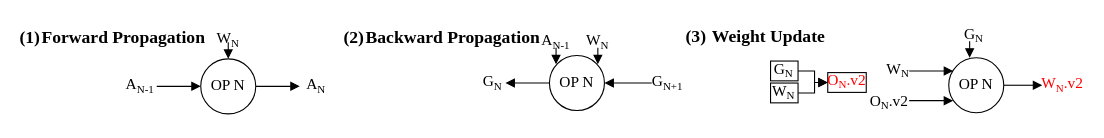
Above: fig/pipeline_new.drawio in icszhr/NCheck (draw.io), before the change. Source tidied: cells renumbered, new cells numbered last; positions are measured from the earlier drawing's top-left corner, leaving out a move shared by most shapes. Both pictures are drawn from the tidied source at 110%, with x=0, y=0 at pixel (19, 19).
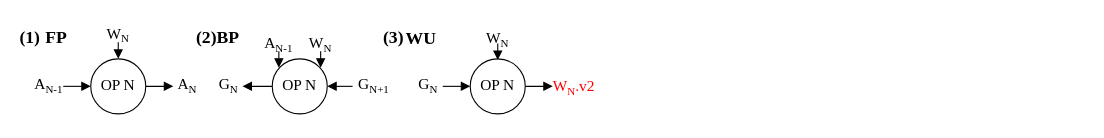
Above is the later version.

The edit, as a diff of the source:
```diff
@@
-    <mxCell id="3" style="edgeStyle=orthogonalEdgeStyle;rounded=0;jettySize=auto;html=1;endArrow=none;endFill=0;startArrow=block;startFill=1;fontFamily=Times New Roman;" parent="1" edge="1" source="6">
+    <mxCell id="3" style="rounded=0;jettySize=auto;html=1;endArrow=none;endFill=0;startArrow=block;startFill=1;fontFamily=Times New Roman;" parent="1" edge="1" source="6">
       <mxGeometry relative="1" as="geometry">
-        <mxPoint x="125" y="61" as="targetPoint" />
+        <mxPoint x="40" y="61" as="targetPoint" />
       </mxGeometry>
     </mxCell>
     <mxCell id="4" style="edgeStyle=orthogonalEdgeStyle;rounded=0;jettySize=auto;html=1;endArrow=block;endFill=1;fontFamily=Times New Roman;" parent="1" edge="1" source="6">
       <mxGeometry relative="1" as="geometry">
-        <mxPoint x="255" y="61" as="targetPoint" />
+        <mxPoint x="140" y="61" as="targetPoint" />
       </mxGeometry>
     </mxCell>
     <mxCell id="5" style="edgeStyle=orthogonalEdgeStyle;rounded=0;jettySize=auto;html=1;endArrow=none;endFill=0;startArrow=block;startFill=1;fontFamily=Times New Roman;" parent="1" edge="1" source="6">
       <mxGeometry relative="1" as="geometry">
-        <mxPoint x="190" y="21" as="targetPoint" />
+        <mxPoint x="90" y="21" as="targetPoint" />
         <Array as="points">
-          <mxPoint x="190" y="21" />
-          <mxPoint x="190" y="21" />
+          <mxPoint x="90" y="21" />
+          <mxPoint x="90" y="21" />
         </Array>
       </mxGeometry>
     </mxCell>
     <mxCell id="6" value="OP N" style="ellipse;whiteSpace=wrap;html=1;fontFamily=Times New Roman;fontSize=14;" parent="1" vertex="1">
-      <mxGeometry x="165" y="36" width="50" height="50" as="geometry" />
+      <mxGeometry x="65" y="36" width="50" height="50" as="geometry" />
     </mxCell>
     <mxCell id="7" value="&lt;font style=&quot;&quot;&gt;&lt;span style=&quot;font-size: 14px;&quot;&gt;W&lt;/span&gt;&lt;sub style=&quot;&quot;&gt;&lt;font style=&quot;font-size: 10px;&quot;&gt;N&lt;/font&gt;&lt;/sub&gt;&lt;/font&gt;" style="text;html=1;align=center;verticalAlign=middle;whiteSpace=wrap;rounded=0;fontFamily=Times New Roman;" parent="1" vertex="1">
-      <mxGeometry x="185" y="4" width="10" height="30" as="geometry" />
+      <mxGeometry x="85" y="9" width="10" height="12" as="geometry" />
     </mxCell>
     <mxCell id="8" value="&lt;font style=&quot;&quot;&gt;&lt;span style=&quot;font-size: 14px;&quot;&gt;A&lt;/span&gt;&lt;sub style=&quot;&quot;&gt;&lt;font style=&quot;font-size: 10px;&quot;&gt;N&lt;/font&gt;&lt;/sub&gt;&lt;/font&gt;" style="text;html=1;align=center;verticalAlign=middle;whiteSpace=wrap;rounded=0;fontFamily=Times New Roman;fontSize=12;fontColor=default;" parent="1" vertex="1">
-      <mxGeometry x="255" y="46" width="30" height="30" as="geometry" />
+      <mxGeometry x="138" y="46" width="30" height="30" as="geometry" />
     </mxCell>
     <mxCell id="9" value="&lt;b style=&quot;font-size: 16px;&quot;&gt;(2)&lt;/b&gt;" style="text;html=1;align=center;verticalAlign=middle;whiteSpace=wrap;rounded=0;fontFamily=Times New Roman;fontSize=16;" parent="1" vertex="1">
-      <mxGeometry x="293" y="1" width="23" height="30" as="geometry" />
+      <mxGeometry x="159" y="1" width="23" height="30" as="geometry" />
     </mxCell>
     <mxCell id="10" value="&lt;font style=&quot;&quot;&gt;&lt;span style=&quot;font-size: 14px;&quot;&gt;A&lt;/span&gt;&lt;sub style=&quot;&quot;&gt;&lt;font style=&quot;font-size: 10px;&quot;&gt;N-1&lt;/font&gt;&lt;/sub&gt;&lt;/font&gt;" style="text;html=1;align=center;verticalAlign=middle;whiteSpace=wrap;rounded=0;fontFamily=Times New Roman;" parent="1" vertex="1">
-      <mxGeometry x="90" y="46" width="40" height="30" as="geometry" />
+      <mxGeometry x="7" y="46" width="40" height="30" as="geometry" />
     </mxCell>
-    <mxCell id="11" style="rounded=0;orthogonalLoop=1;jettySize=auto;html=1;endArrow=none;endFill=0;startArrow=block;startFill=1;fontFamily=Times New Roman;" parent="1" edge="1">
-      <mxGeometry relative="1" as="geometry">
-        <mxPoint x="849" y="47" as="sourcePoint" />
-        <mxPoint x="809" y="47" as="targetPoint" />
-      </mxGeometry>
-    </mxCell>
-    <mxCell id="12" style="edgeStyle=orthogonalEdgeStyle;rounded=0;orthogonalLoop=1;jettySize=auto;html=1;endArrow=none;endFill=0;startArrow=block;startFill=1;fontFamily=Times New Roman;" parent="1" edge="1">
-      <mxGeometry relative="1" as="geometry">
-        <mxPoint x="864" y="35" as="sourcePoint" />
-        <mxPoint x="864" y="20" as="targetPoint" />
-        <Array as="points">
-          <mxPoint x="864" y="20" />
-        </Array>
-      </mxGeometry>
-    </mxCell>
-    <mxCell id="13" style="edgeStyle=orthogonalEdgeStyle;rounded=0;jettySize=auto;html=1;endArrow=block;endFill=1;fontFamily=Times New Roman;" parent="1" edge="1" source="14">
-      <mxGeometry relative="1" as="geometry">
-        <mxPoint x="930" y="60" as="targetPoint" />
-      </mxGeometry>
-    </mxCell>
-    <mxCell id="14" value="&lt;font style=&quot;font-size: 14px;&quot;&gt;OP N&lt;/font&gt;" style="ellipse;whiteSpace=wrap;html=1;fontFamily=Times New Roman;" parent="1" vertex="1">
-      <mxGeometry x="845" y="35" width="50" height="50" as="geometry" />
-    </mxCell>
-    <mxCell id="15" value="&lt;font style=&quot;&quot;&gt;&lt;span style=&quot;font-size: 14px;&quot;&gt;G&lt;/span&gt;&lt;sub style=&quot;&quot;&gt;&lt;font style=&quot;font-size: 10px;&quot;&gt;N&lt;/font&gt;&lt;/sub&gt;&lt;/font&gt;" style="text;html=1;align=center;verticalAlign=middle;whiteSpace=wrap;rounded=0;fontFamily=Times New Roman;" parent="1" vertex="1">
-      <mxGeometry x="838" width="60" height="30" as="geometry" />
-    </mxCell>
     <mxCell id="16" value="&lt;font color=&quot;#ff0000&quot; style=&quot;&quot;&gt;&lt;span style=&quot;font-size: 14px;&quot;&gt;W&lt;/span&gt;&lt;font style=&quot;&quot;&gt;&lt;sub style=&quot;&quot;&gt;&lt;font style=&quot;font-size: 10px;&quot;&gt;N&lt;/font&gt;&lt;/sub&gt;&lt;font style=&quot;font-size: 14px;&quot;&gt;.v2&lt;/font&gt;&lt;/font&gt;&lt;/font&gt;" style="text;html=1;align=center;verticalAlign=middle;whiteSpace=wrap;rounded=0;fontFamily=Times New Roman;" parent="1" vertex="1">
-      <mxGeometry x="927" y="45" width="43" height="30" as="geometry" />
+      <mxGeometry x="482.5" y="48" width="43" height="30" as="geometry" />
     </mxCell>
-    <mxCell id="17" value="&lt;font style=&quot;&quot;&gt;&lt;span style=&quot;font-size: 14px;&quot;&gt;W&lt;/span&gt;&lt;sub style=&quot;&quot;&gt;&lt;font style=&quot;font-size: 10px;&quot;&gt;N&lt;/font&gt;&lt;/sub&gt;&lt;/font&gt;" style="text;html=1;align=center;verticalAlign=middle;whiteSpace=wrap;rounded=0;fontFamily=Times New Roman;" parent="1" vertex="1">
-      <mxGeometry x="794" y="32" width="10" height="30" as="geometry" />
-    </mxCell>
     <mxCell id="18" style="edgeStyle=orthogonalEdgeStyle;rounded=0;jettySize=auto;html=1;endArrow=block;endFill=1;startArrow=none;startFill=0;fontFamily=Times New Roman;" parent="1" edge="1" source="20">
       <mxGeometry relative="1" as="geometry">
-        <mxPoint x="442" y="58" as="targetPoint" />
+        <mxPoint x="203" y="61" as="targetPoint" />
       </mxGeometry>
     </mxCell>
-    <mxCell id="19" style="edgeStyle=orthogonalEdgeStyle;rounded=0;jettySize=auto;html=1;endArrow=none;endFill=0;startArrow=block;startFill=1;fontFamily=Times New Roman;" parent="1" edge="1" source="20">
+    <mxCell id="19" style="rounded=0;jettySize=auto;html=1;endArrow=none;endFill=0;startArrow=block;startFill=1;fontFamily=Times New Roman;" parent="1" edge="1" source="20">
       <mxGeometry relative="1" as="geometry">
-        <mxPoint x="575" y="58" as="targetPoint" />
+        <mxPoint x="303" y="61" as="targetPoint" />
       </mxGeometry>
     </mxCell>
     <mxCell id="20" value="&lt;font style=&quot;font-size: 14px;&quot;&gt;OP N&lt;/font&gt;" style="ellipse;whiteSpace=wrap;html=1;fontFamily=Times New Roman;" parent="1" vertex="1">
-      <mxGeometry x="482" y="33" width="50" height="50" as="geometry" />
+      <mxGeometry x="230" y="36" width="50" height="50" as="geometry" />
     </mxCell>
     <mxCell id="21" value="&lt;font style=&quot;&quot;&gt;&lt;span style=&quot;font-size: 14px;&quot;&gt;G&lt;/span&gt;&lt;sub style=&quot;&quot;&gt;&lt;font style=&quot;font-size: 10px;&quot;&gt;N&lt;/font&gt;&lt;/sub&gt;&lt;/font&gt;" style="text;html=1;align=center;verticalAlign=middle;whiteSpace=wrap;rounded=0;fontFamily=Times New Roman;" parent="1" vertex="1">
-      <mxGeometry x="418" y="43" width="25" height="30" as="geometry" />
+      <mxGeometry x="177.5" y="46" width="25" height="30" as="geometry" />
     </mxCell>
     <mxCell id="22" style="edgeStyle=orthogonalEdgeStyle;rounded=0;orthogonalLoop=1;jettySize=auto;html=1;endArrow=none;endFill=0;startArrow=block;startFill=1;fontFamily=Times New Roman;" parent="1" edge="1">
       <mxGeometry relative="1" as="geometry">
-        <mxPoint x="488" y="41" as="sourcePoint" />
-        <mxPoint x="488" y="26" as="targetPoint" />
+        <mxPoint x="236" y="44" as="sourcePoint" />
+        <mxPoint x="236" y="29" as="targetPoint" />
       </mxGeometry>
     </mxCell>
     <mxCell id="23" value="&lt;font style=&quot;&quot;&gt;&lt;span style=&quot;font-size: 14px;&quot;&gt;A&lt;/span&gt;&lt;sub style=&quot;&quot;&gt;&lt;font style=&quot;font-size: 10px;&quot;&gt;N-1&lt;/font&gt;&lt;/sub&gt;&lt;/font&gt;" style="text;html=1;align=center;verticalAlign=middle;whiteSpace=wrap;rounded=0;fontFamily=Times New Roman;" parent="1" vertex="1">
-      <mxGeometry x="458" y="6" width="60" height="30" as="geometry" />
+      <mxGeometry x="206" y="9" width="60" height="30" as="geometry" />
     </mxCell>
     <mxCell id="24" style="edgeStyle=orthogonalEdgeStyle;rounded=0;orthogonalLoop=1;jettySize=auto;html=1;endArrow=none;endFill=0;startArrow=block;startFill=1;fontFamily=Times New Roman;" parent="1" edge="1">
       <mxGeometry relative="1" as="geometry">
-        <mxPoint x="526" y="41" as="sourcePoint" />
-        <mxPoint x="526" y="26" as="targetPoint" />
+        <mxPoint x="274" y="44" as="sourcePoint" />
+        <mxPoint x="274" y="29" as="targetPoint" />
       </mxGeometry>
     </mxCell>
     <mxCell id="25" value="&lt;font style=&quot;&quot;&gt;&lt;span style=&quot;font-size: 14px;&quot;&gt;W&lt;/span&gt;&lt;sub style=&quot;&quot;&gt;&lt;font style=&quot;font-size: 10px;&quot;&gt;N&lt;/font&gt;&lt;/sub&gt;&lt;/font&gt;" style="text;html=1;align=center;verticalAlign=middle;whiteSpace=wrap;rounded=0;fontFamily=Times New Roman;" parent="1" vertex="1">
-      <mxGeometry x="496" y="6" width="60" height="30" as="geometry" />
+      <mxGeometry x="244" y="9" width="60" height="30" as="geometry" />
     </mxCell>
     <mxCell id="26" value="&lt;font style=&quot;&quot;&gt;&lt;span style=&quot;font-size: 14px;&quot;&gt;G&lt;/span&gt;&lt;sub style=&quot;&quot;&gt;&lt;font style=&quot;font-size: 10px;&quot;&gt;N+1&lt;/font&gt;&lt;/sub&gt;&lt;/font&gt;" style="text;html=1;align=center;verticalAlign=middle;whiteSpace=wrap;rounded=0;fontFamily=Times New Roman;" parent="1" vertex="1">
-      <mxGeometry x="577" y="43" width="25" height="30" as="geometry" />
+      <mxGeometry x="310" y="46" width="25" height="30" as="geometry" />
     </mxCell>
-    <mxCell id="27" value="&lt;font style=&quot;font-size: 16px;&quot; face=&quot;Times New Roman&quot;&gt;&lt;b style=&quot;font-size: 16px;&quot;&gt;Forward Propagation&lt;/b&gt;&lt;/font&gt;" style="text;html=1;align=center;verticalAlign=middle;whiteSpace=wrap;rounded=0;fontSize=16;" parent="1" vertex="1">
-      <mxGeometry x="15" y="6" width="160" height="20" as="geometry" />
+    <mxCell id="27" value="&lt;font style=&quot;font-size: 16px;&quot; face=&quot;Times New Roman&quot;&gt;&lt;b style=&quot;font-size: 16px;&quot;&gt;FP&lt;/b&gt;&lt;/font&gt;" style="text;html=1;align=center;verticalAlign=middle;whiteSpace=wrap;rounded=0;fontSize=16;" parent="1" vertex="1">
+      <mxGeometry x="15" y="6" width="38" height="20" as="geometry" />
     </mxCell>
-    <mxCell id="28" value="&lt;font style=&quot;font-size: 16px;&quot; face=&quot;Times New Roman&quot;&gt;&lt;b style=&quot;font-size: 16px;&quot;&gt;Backward Propagation&lt;/b&gt;&lt;/font&gt;" style="text;html=1;align=center;verticalAlign=middle;whiteSpace=wrap;rounded=0;fontSize=16;" parent="1" vertex="1">
-      <mxGeometry x="305" y="6" width="179" height="20" as="geometry" />
+    <mxCell id="28" value="&lt;font face=&quot;Times New Roman&quot;&gt;&lt;b&gt;BP&lt;/b&gt;&lt;/font&gt;" style="text;html=1;align=center;verticalAlign=middle;whiteSpace=wrap;rounded=0;fontSize=16;" parent="1" vertex="1">
+      <mxGeometry x="171" y="6" width="38" height="20" as="geometry" />
     </mxCell>
     <mxCell id="29" value="&lt;b&gt;&lt;font style=&quot;font-size: 16px;&quot;&gt;(3)&lt;/font&gt;&lt;/b&gt;" style="text;html=1;align=center;verticalAlign=middle;whiteSpace=wrap;rounded=0;fontFamily=Times New Roman;" parent="1" vertex="1">
-      <mxGeometry x="603.5" width="23" height="30" as="geometry" />
+      <mxGeometry x="329" y="1" width="23" height="30" as="geometry" />
     </mxCell>
-    <mxCell id="30" value="&lt;font size=&quot;1&quot; face=&quot;Times New Roman&quot;&gt;&lt;b style=&quot;font-size: 16px;&quot;&gt;Weight Update&lt;/b&gt;&lt;/font&gt;" style="text;html=1;align=center;verticalAlign=middle;whiteSpace=wrap;rounded=0;" parent="1" vertex="1">
-      <mxGeometry x="626.5" y="5" width="108.5" height="20" as="geometry" />
+    <mxCell id="30" value="&lt;font size=&quot;1&quot; face=&quot;Times New Roman&quot;&gt;&lt;b style=&quot;font-size: 16px;&quot;&gt;WU&lt;/b&gt;&lt;/font&gt;" style="text;html=1;align=center;verticalAlign=middle;whiteSpace=wrap;rounded=0;" parent="1" vertex="1">
+      <mxGeometry x="352" y="7" width="26.5" height="20" as="geometry" />
     </mxCell>
-    <mxCell id="31" style="rounded=0;orthogonalLoop=1;jettySize=auto;html=1;endArrow=none;endFill=0;startArrow=block;startFill=1;fontFamily=Times New Roman;" parent="1" edge="1">
-      <mxGeometry relative="1" as="geometry">
-        <mxPoint x="849" y="74" as="sourcePoint" />
-        <mxPoint x="809" y="74" as="targetPoint" />
-      </mxGeometry>
-    </mxCell>
-    <mxCell id="32" value="&lt;font style=&quot;&quot;&gt;&lt;span style=&quot;font-size: 14px;&quot;&gt;O&lt;/span&gt;&lt;font style=&quot;&quot;&gt;&lt;sub style=&quot;&quot;&gt;&lt;font style=&quot;font-size: 10px;&quot;&gt;N&lt;/font&gt;&lt;/sub&gt;&lt;font style=&quot;font-size: 14px;&quot;&gt;.v2&lt;/font&gt;&lt;/font&gt;&lt;/font&gt;" style="text;html=1;align=center;verticalAlign=middle;whiteSpace=wrap;rounded=0;fontFamily=Times New Roman;" parent="1" vertex="1">
-      <mxGeometry x="778" y="61" width="26" height="30" as="geometry" />
-    </mxCell>
-    <mxCell id="33" style="edgeStyle=orthogonalEdgeStyle;rounded=0;jettySize=auto;html=1;entryX=0;entryY=0.5;entryDx=0;entryDy=0;endArrow=block;endFill=1;" parent="1" edge="1" source="34" target="36">
-      <mxGeometry relative="1" as="geometry">
-        <Array as="points">
-          <mxPoint x="723" y="47" />
-          <mxPoint x="723" y="57" />
-        </Array>
-      </mxGeometry>
-    </mxCell>
-    <mxCell id="34" style="rounded=0;whiteSpace=wrap;html=1;" parent="1" vertex="1">
-      <mxGeometry x="683" y="38" width="25" height="18" as="geometry" />
-    </mxCell>
-    <mxCell id="35" value="&lt;font style=&quot;&quot;&gt;&lt;span style=&quot;font-size: 14px;&quot;&gt;G&lt;/span&gt;&lt;sub style=&quot;&quot;&gt;&lt;font style=&quot;font-size: 10px;&quot;&gt;N&lt;/font&gt;&lt;/sub&gt;&lt;/font&gt;" style="text;html=1;align=center;verticalAlign=middle;whiteSpace=wrap;rounded=0;fontFamily=Times New Roman;" parent="1" vertex="1">
-      <mxGeometry x="684.5" y="40" width="20" height="14.5" as="geometry" />
-    </mxCell>
-    <mxCell id="36" style="rounded=0;whiteSpace=wrap;html=1;" parent="1" vertex="1">
-      <mxGeometry x="735" y="48.5" width="35" height="18" as="geometry" />
-    </mxCell>
-    <mxCell id="37" value="&lt;font color=&quot;#ff0000&quot; style=&quot;&quot;&gt;&lt;span style=&quot;font-size: 14px;&quot;&gt;O&lt;/span&gt;&lt;font style=&quot;&quot;&gt;&lt;sub style=&quot;&quot;&gt;&lt;font style=&quot;font-size: 10px;&quot;&gt;N&lt;/font&gt;&lt;/sub&gt;&lt;font style=&quot;font-size: 14px;&quot;&gt;.v2&lt;/font&gt;&lt;/font&gt;&lt;/font&gt;" style="text;html=1;align=center;verticalAlign=middle;whiteSpace=wrap;rounded=0;fontFamily=Times New Roman;" parent="1" vertex="1">
-      <mxGeometry x="740" y="44.5" width="25" height="25" as="geometry" />
-    </mxCell>
-    <mxCell id="38" style="edgeStyle=orthogonalEdgeStyle;rounded=0;jettySize=auto;html=1;entryX=0;entryY=0.5;entryDx=0;entryDy=0;endArrow=block;endFill=1;" parent="1" edge="1" source="39" target="36">
-      <mxGeometry relative="1" as="geometry">
-        <Array as="points">
-          <mxPoint x="723" y="67" />
-          <mxPoint x="723" y="57" />
-        </Array>
-      </mxGeometry>
-    </mxCell>
-    <mxCell id="39" style="rounded=0;whiteSpace=wrap;html=1;" parent="1" vertex="1">
-      <mxGeometry x="683" y="58" width="25" height="18" as="geometry" />
-    </mxCell>
-    <mxCell id="40" value="&lt;font style=&quot;&quot;&gt;&lt;span style=&quot;font-size: 14px;&quot;&gt;W&lt;/span&gt;&lt;sub style=&quot;&quot;&gt;&lt;font style=&quot;font-size: 10px;&quot;&gt;N&lt;/font&gt;&lt;/sub&gt;&lt;/font&gt;" style="text;html=1;align=center;verticalAlign=middle;whiteSpace=wrap;rounded=0;fontFamily=Times New Roman;" parent="1" vertex="1">
-      <mxGeometry x="684.5" y="60" width="20" height="14.5" as="geometry" />
-    </mxCell>
+    <mxCell id="41" style="rounded=0;jettySize=auto;html=1;endArrow=none;endFill=0;startArrow=block;startFill=1;fontFamily=Times New Roman;" parent="1" edge="1" source="14">
+      <mxGeometry relative="1" as="geometry">
+        <mxPoint x="385" y="61" as="targetPoint" />
+      </mxGeometry>
+    </mxCell>
+    <mxCell id="42" style="edgeStyle=orthogonalEdgeStyle;rounded=0;jettySize=auto;html=1;endArrow=block;endFill=1;fontFamily=Times New Roman;" parent="1" edge="1" source="14">
+      <mxGeometry relative="1" as="geometry">
+        <mxPoint x="485" y="61" as="targetPoint" />
+      </mxGeometry>
+    </mxCell>
+    <mxCell id="14" value="OP N" style="ellipse;whiteSpace=wrap;html=1;fontFamily=Times New Roman;fontSize=14;" parent="1" vertex="1">
+      <mxGeometry x="410" y="36" width="50" height="50" as="geometry" />
+    </mxCell>
+    <mxCell id="43" value="&lt;font style=&quot;&quot;&gt;&lt;span style=&quot;font-size: 14px;&quot;&gt;W&lt;/span&gt;&lt;sub style=&quot;&quot;&gt;&lt;font style=&quot;font-size: 10px;&quot;&gt;N&lt;/font&gt;&lt;/sub&gt;&lt;/font&gt;" style="text;html=1;align=center;verticalAlign=middle;whiteSpace=wrap;rounded=0;fontFamily=Times New Roman;" parent="1" vertex="1">
+      <mxGeometry x="430" y="4" width="10" height="30" as="geometry" />
+    </mxCell>
+    <mxCell id="44" value="&lt;span style=&quot;font-size: 14px;&quot;&gt;G&lt;/span&gt;&lt;sub&gt;N&lt;/sub&gt;" style="text;html=1;align=center;verticalAlign=middle;whiteSpace=wrap;rounded=0;fontFamily=Times New Roman;" parent="1" vertex="1">
+      <mxGeometry x="352" y="46" width="40" height="30" as="geometry" />
+    </mxCell>
+    <mxCell id="45" style="edgeStyle=orthogonalEdgeStyle;rounded=0;orthogonalLoop=1;jettySize=auto;html=1;endArrow=none;endFill=0;startArrow=block;startFill=1;fontFamily=Times New Roman;" parent="1" edge="1">
+      <mxGeometry relative="1" as="geometry">
+        <mxPoint x="435" y="37" as="sourcePoint" />
+        <mxPoint x="435" y="22" as="targetPoint" />
+        <Array as="points">
+          <mxPoint x="435" y="22" />
+          <mxPoint x="435" y="22" />
+        </Array>
+      </mxGeometry>
+    </mxCell>
```
